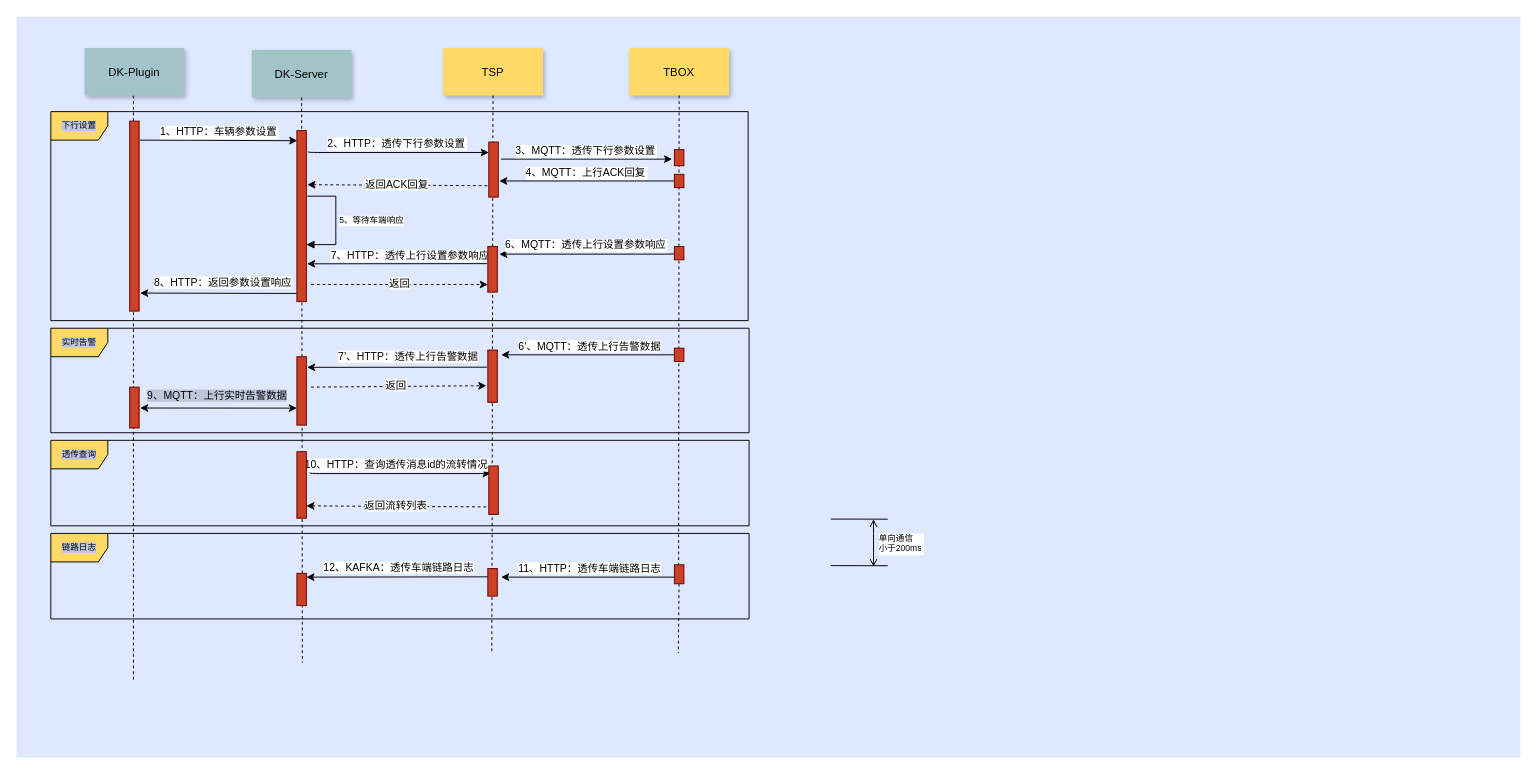
Above: A02-Dk-Tsp细化tsp-tbox.drawio in jianguocong/chart (draw.io), before the change. Source tidied: cells renumbered, new cells numbered last; positions are measured from the earlier drawing's top-left corner, leaving out a move shared by most shapes. Both pictures are drawn from the tidied source at 95%, with x=0, y=0 at pixel (16, 16).
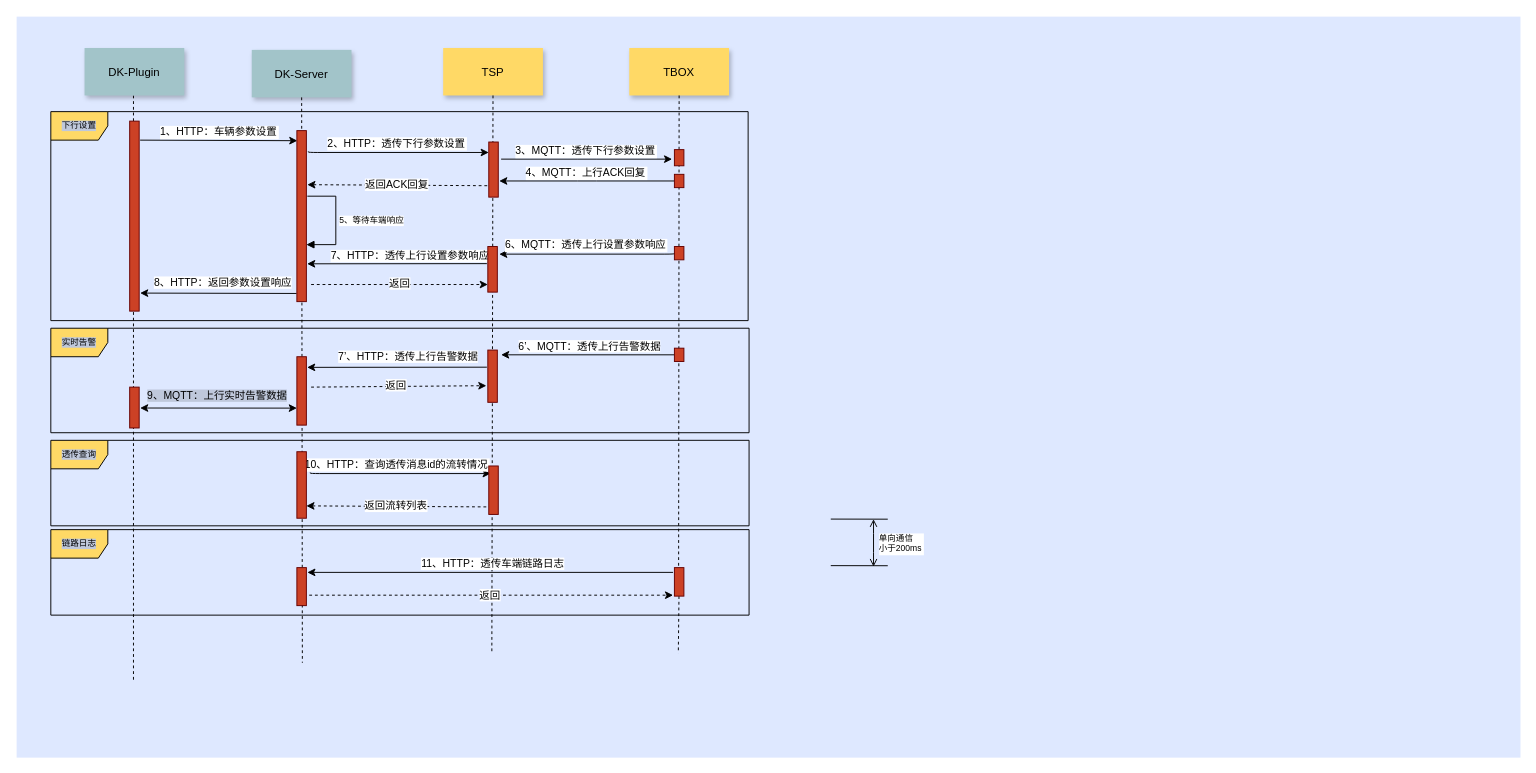
The same page after the edit.

What changed in the source:
```diff
@@
     <mxCell id="3" value="链路日志" style="shape=umlFrame;whiteSpace=wrap;html=1;labelBackgroundColor=#BFC8DB;fontSize=9;fillColor=#FFD966;" parent="1" vertex="1">
-      <mxGeometry x="36" y="544" width="735" height="90" as="geometry" />
+      <mxGeometry x="36" y="540" width="735" height="90" as="geometry" />
     </mxCell>
@@
-    <mxCell id="45" style="edgeStyle=none;verticalLabelPosition=top;verticalAlign=bottom;endArrow=none;startArrow=classic;entryX=0;entryY=0.5;entryDx=0;entryDy=0;" parent="1" edge="1">
-      <mxGeometry x="573" y="519.5" as="geometry">
-        <mxPoint x="510" y="590" as="sourcePoint" />
-        <mxPoint x="692.4" y="590" as="targetPoint" />
+    <mxCell id="45" style="edgeStyle=none;verticalLabelPosition=top;verticalAlign=bottom;endArrow=none;startArrow=classic;exitX=1;exitY=0;exitDx=0;exitDy=0;" parent="1" edge="1">
+      <mxGeometry x="574" y="524.5" as="geometry">
+        <mxPoint x="306" y="585" as="sourcePoint" />
+        <mxPoint x="691" y="585" as="targetPoint" />
       </mxGeometry>
     </mxCell>
@@
-    <mxCell id="59" style="fillColor=#CC4125;strokeColor=#660000;" parent="1" vertex="1">
-      <mxGeometry x="496" y="581" width="10" height="29" as="geometry" />
-    </mxCell>
     <mxCell id="60" style="fillColor=#CC4125;strokeColor=#660000;" parent="1" vertex="1">
-      <mxGeometry x="692.4" y="577" width="10" height="20" as="geometry" />
+      <mxGeometry x="692.4" y="580" width="10" height="30" as="geometry" />
     </mxCell>
     <mxCell id="61" style="fillColor=#CC4125;strokeColor=#660000;" parent="1" vertex="1">
-      <mxGeometry x="295" y="586" width="10" height="34" as="geometry" />
+      <mxGeometry x="295" y="580" width="10" height="40" as="geometry" />
     </mxCell>
-    <mxCell id="62" style="edgeStyle=none;verticalLabelPosition=top;verticalAlign=bottom;endArrow=none;startArrow=classic;entryX=0;entryY=0.3;entryDx=0;entryDy=0;entryPerimeter=0;" parent="1" edge="1" target="59">
-      <mxGeometry x="368" y="519.5" as="geometry">
-        <mxPoint x="305" y="590" as="sourcePoint" />
-      </mxGeometry>
-    </mxCell>
-    <mxCell id="63" value="12、KAFKA：透传车端链路日志" style="edgeLabel;html=1;align=center;verticalAlign=middle;fontSize=11;" parent="62" vertex="1">
-      <mxGeometry relative="1" as="geometry">
-        <mxPoint x="1" y="-10" as="offset" />
-      </mxGeometry>
-    </mxCell>
+    <mxCell id="64" style="edgeStyle=none;verticalLabelPosition=top;verticalAlign=bottom;endArrow=classic;startArrow=none;dashed=1;exitX=0.9;exitY=0.533;exitDx=0;exitDy=0;exitPerimeter=0;endFill=1;startFill=0;" parent="1" edge="1">
+      <mxGeometry x="381" y="539.6" as="geometry">
+        <mxPoint x="308" y="609" as="sourcePoint" />
+        <mxPoint x="691" y="609" as="targetPoint" />
+      </mxGeometry>
+    </mxCell>
+    <mxCell id="65" value="返回" style="edgeLabel;html=1;align=center;verticalAlign=middle;" parent="64" vertex="1">
+      <mxGeometry relative="1" as="geometry">
+        <mxPoint x="-3" y="-1" as="offset" />
+      </mxGeometry>
+    </mxCell>
```
